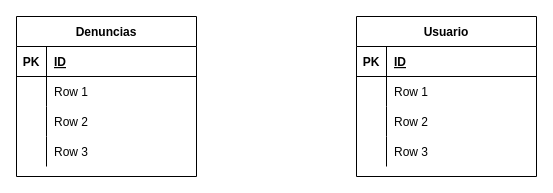
Before: Untitled Diagram.drawio in michaelsanguinete/CompassFinalProject, a draw.io diagram. Source tidied: cells renumbered, new cells numbered last; positions are measured from the earlier drawing's top-left corner, leaving out a move shared by most shapes. Both pictures are drawn from the tidied source at 100%, with x=0, y=0 at pixel (16, 16).
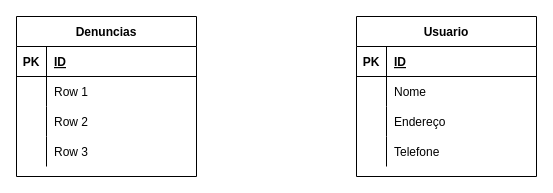
The same page after the edit.

The change refers to these unchanged cells:
```xml
<mxCell id="19" style="shape=partialRectangle;fillColor=none;top=0;left=0;bottom=0;right=0;" parent="15" vertex="1">
  <mxGeometry y="60" width="180" height="30" as="geometry" />
</mxCell>
<mxCell id="22" style="shape=partialRectangle;fillColor=none;top=0;left=0;bottom=0;right=0;" parent="15" vertex="1">
  <mxGeometry y="90" width="180" height="30" as="geometry" />
</mxCell>
<mxCell id="25" style="shape=partialRectangle;fillColor=none;top=0;left=0;bottom=0;right=0;" parent="15" vertex="1">
  <mxGeometry y="120" width="180" height="30" as="geometry" />
</mxCell>
```

What changed in the source:
```diff
@@
-    <mxCell id="21" value="Row 1" style="shape=partialRectangle;fillColor=none;top=0;left=0;bottom=0;right=0;align=left;spacingLeft=6;overflow=hidden;" parent="19" vertex="1">
+    <mxCell id="21" value="Nome" style="shape=partialRectangle;fillColor=none;top=0;left=0;bottom=0;right=0;align=left;spacingLeft=6;overflow=hidden;" parent="19" vertex="1">
       <mxGeometry x="30" width="150" height="30" as="geometry" />
     </mxCell>
@@
-    <mxCell id="24" value="Row 2" style="shape=partialRectangle;fillColor=none;top=0;left=0;bottom=0;right=0;align=left;spacingLeft=6;overflow=hidden;" parent="22" vertex="1">
+    <mxCell id="24" value="Endereço" style="shape=partialRectangle;fillColor=none;top=0;left=0;bottom=0;right=0;align=left;spacingLeft=6;overflow=hidden;" parent="22" vertex="1">
       <mxGeometry x="30" width="150" height="30" as="geometry" />
     </mxCell>
@@
-    <mxCell id="27" value="Row 3" style="shape=partialRectangle;fillColor=none;top=0;left=0;bottom=0;right=0;align=left;spacingLeft=6;overflow=hidden;" parent="25" vertex="1">
+    <mxCell id="27" value="Telefone" style="shape=partialRectangle;fillColor=none;top=0;left=0;bottom=0;right=0;align=left;spacingLeft=6;overflow=hidden;" parent="25" vertex="1">
       <mxGeometry x="30" width="150" height="30" as="geometry" />
     </mxCell>
```
